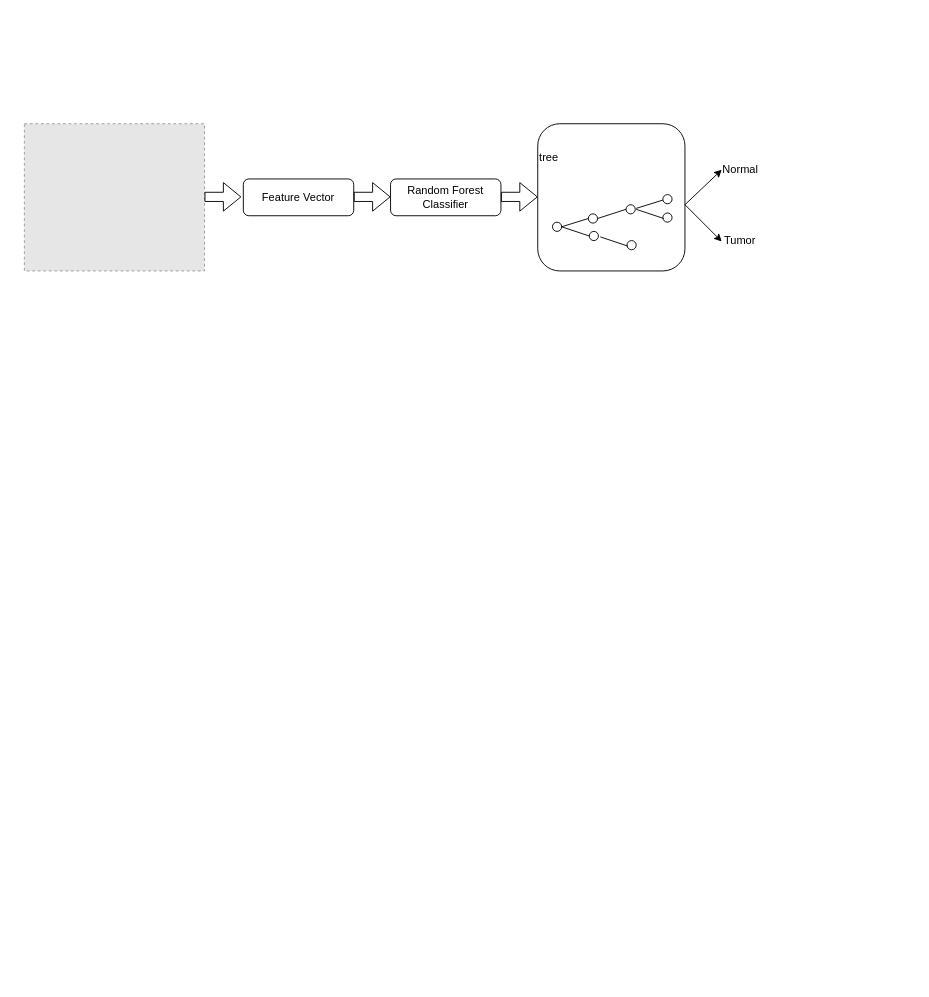
This is feature.drawio from jiaojiao-Chen/figure, a draw.io file, before an edit. Source tidied: cells renumbered, new cells numbered last; positions are measured from the earlier drawing's top-left corner, leaving out a move shared by most shapes. Both pictures are drawn from the tidied source at 92%, with x=0, y=0 at pixel (24, 123). Pictures stored in the file or linked from it are replaced by grey dashed boxes.
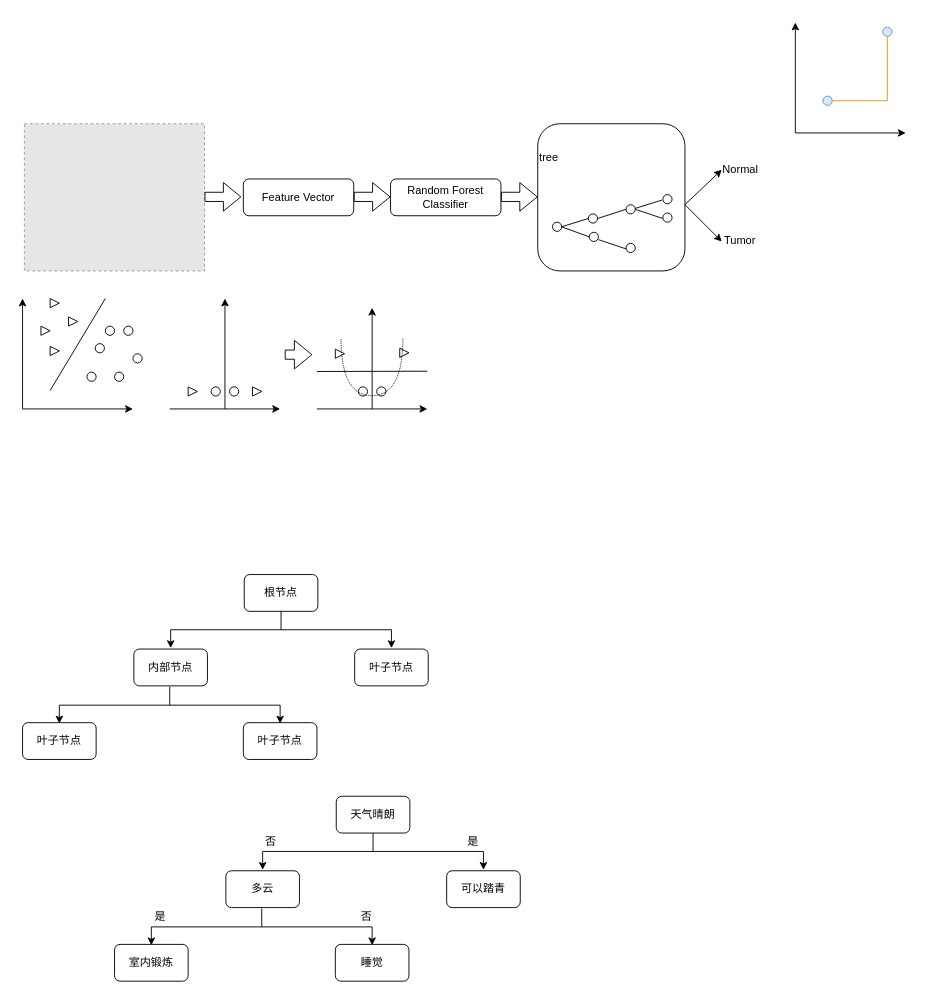
The same page after the edit.

What changed in the source:
```diff
@@
     <mxCell id="12" style="ellipse;whiteSpace=wrap;html=1;" parent="1" vertex="1">
-      <mxGeometry x="614" y="117" width="10" height="10" as="geometry" />
+      <mxGeometry x="614" y="118" width="10" height="10" as="geometry" />
     </mxCell>
     <mxCell id="13" style="ellipse;whiteSpace=wrap;html=1;" parent="1" vertex="1">
-      <mxGeometry x="655" y="127" width="10" height="10" as="geometry" />
+      <mxGeometry x="654" y="130" width="10" height="10" as="geometry" />
     </mxCell>
@@
     <mxCell id="18" style="endArrow=none;html=1;exitX=1;exitY=0.5;exitDx=0;exitDy=0;entryX=0;entryY=0.5;entryDx=0;entryDy=0;" parent="1" edge="1">
       <mxGeometry relative="1" as="geometry">
-        <mxPoint x="665" y="92" as="sourcePoint" />
-        <mxPoint x="694" y="83" as="targetPoint" />
+        <mxPoint x="664" y="92" as="sourcePoint" />
+        <mxPoint x="693" y="83" as="targetPoint" />
       </mxGeometry>
     </mxCell>
@@
     <mxCell id="20" style="endArrow=none;html=1;exitX=1;exitY=0.5;exitDx=0;exitDy=0;entryX=0;entryY=0.5;entryDx=0;entryDy=0;" parent="1" edge="1">
       <mxGeometry relative="1" as="geometry">
-        <mxPoint x="626" y="123" as="sourcePoint" />
-        <mxPoint x="656" y="133" as="targetPoint" />
+        <mxPoint x="624" y="126" as="sourcePoint" />
+        <mxPoint x="654" y="136" as="targetPoint" />
       </mxGeometry>
     </mxCell>
     <mxCell id="21" style="endArrow=none;html=1;exitX=1;exitY=0.5;exitDx=0;exitDy=0;entryX=0;entryY=0.5;entryDx=0;entryDy=0;" parent="1" edge="1">
       <mxGeometry relative="1" as="geometry">
-        <mxPoint x="665" y="93" as="sourcePoint" />
-        <mxPoint x="695" y="103" as="targetPoint" />
+        <mxPoint x="664" y="93" as="sourcePoint" />
+        <mxPoint x="694" y="103" as="targetPoint" />
       </mxGeometry>
     </mxCell>
@@
+    <mxCell id="26" style="endArrow=classic;html=1;" parent="1" edge="1">
+      <mxGeometry relative="1" as="geometry">
+        <mxPoint x="-2" y="310" as="sourcePoint" />
+        <mxPoint x="118" y="310" as="targetPoint" />
+      </mxGeometry>
+    </mxCell>
+    <mxCell id="27" style="endArrow=classic;html=1;" parent="1" edge="1">
+      <mxGeometry relative="1" as="geometry">
+        <mxPoint x="-2" y="310" as="sourcePoint" />
+        <mxPoint x="-2" y="190" as="targetPoint" />
+      </mxGeometry>
+    </mxCell>
+    <mxCell id="28" style="triangle;whiteSpace=wrap;html=1;" parent="1" vertex="1">
+      <mxGeometry x="18" y="220" width="10" height="10" as="geometry" />
+    </mxCell>
+    <mxCell id="29" style="triangle;whiteSpace=wrap;html=1;" parent="1" vertex="1">
+      <mxGeometry x="48" y="210" width="10" height="10" as="geometry" />
+    </mxCell>
+    <mxCell id="30" style="triangle;whiteSpace=wrap;html=1;" parent="1" vertex="1">
+      <mxGeometry x="28" y="242" width="10" height="10" as="geometry" />
+    </mxCell>
+    <mxCell id="31" style="triangle;whiteSpace=wrap;html=1;" parent="1" vertex="1">
+      <mxGeometry x="28" y="190" width="10" height="10" as="geometry" />
+    </mxCell>
+    <mxCell id="32" style="ellipse;whiteSpace=wrap;html=1;" parent="1" vertex="1">
+      <mxGeometry x="68" y="270" width="10" height="10" as="geometry" />
+    </mxCell>
+    <mxCell id="33" style="ellipse;whiteSpace=wrap;html=1;" parent="1" vertex="1">
+      <mxGeometry x="88" y="220" width="10" height="10" as="geometry" />
+    </mxCell>
+    <mxCell id="34" style="ellipse;whiteSpace=wrap;html=1;" parent="1" vertex="1">
+      <mxGeometry x="118" y="250" width="10" height="10" as="geometry" />
+    </mxCell>
+    <mxCell id="35" style="ellipse;whiteSpace=wrap;html=1;" parent="1" vertex="1">
+      <mxGeometry x="108" y="220" width="10" height="10" as="geometry" />
+    </mxCell>
+    <mxCell id="36" style="ellipse;whiteSpace=wrap;html=1;" parent="1" vertex="1">
+      <mxGeometry x="77" y="239" width="10" height="10" as="geometry" />
+    </mxCell>
+    <mxCell id="37" style="ellipse;whiteSpace=wrap;html=1;" parent="1" vertex="1">
+      <mxGeometry x="98" y="270" width="10" height="10" as="geometry" />
+    </mxCell>
+    <mxCell id="38" style="endArrow=none;html=1;" parent="1" edge="1">
+      <mxGeometry relative="1" as="geometry">
+        <mxPoint x="28" y="290" as="sourcePoint" />
+        <mxPoint x="88" y="190" as="targetPoint" />
+      </mxGeometry>
+    </mxCell>
+    <mxCell id="39" style="ellipse;whiteSpace=wrap;html=1;" parent="1" vertex="1">
+      <mxGeometry x="203" y="286" width="10" height="10" as="geometry" />
+    </mxCell>
+    <mxCell id="40" style="ellipse;whiteSpace=wrap;html=1;" parent="1" vertex="1">
+      <mxGeometry x="223" y="286" width="10" height="10" as="geometry" />
+    </mxCell>
+    <mxCell id="41" style="triangle;whiteSpace=wrap;html=1;" parent="1" vertex="1">
+      <mxGeometry x="178" y="286" width="10" height="10" as="geometry" />
+    </mxCell>
+    <mxCell id="42" style="triangle;whiteSpace=wrap;html=1;" parent="1" vertex="1">
+      <mxGeometry x="248" y="286" width="10" height="10" as="geometry" />
+    </mxCell>
+    <mxCell id="43" style="endArrow=classic;html=1;" parent="1" edge="1">
+      <mxGeometry relative="1" as="geometry">
+        <mxPoint x="158" y="310" as="sourcePoint" />
+        <mxPoint x="278" y="310" as="targetPoint" />
+      </mxGeometry>
+    </mxCell>
+    <mxCell id="44" style="endArrow=classic;html=1;" parent="1" edge="1">
+      <mxGeometry relative="1" as="geometry">
+        <mxPoint x="218" y="310" as="sourcePoint" />
+        <mxPoint x="218" y="190" as="targetPoint" />
+      </mxGeometry>
+    </mxCell>
+    <mxCell id="45" style="endArrow=classic;html=1;" parent="1" edge="1">
+      <mxGeometry relative="1" as="geometry">
+        <mxPoint x="318" y="310" as="sourcePoint" />
+        <mxPoint x="438" y="310" as="targetPoint" />
+      </mxGeometry>
+    </mxCell>
+    <mxCell id="46" style="endArrow=classic;html=1;" parent="1" edge="1">
+      <mxGeometry relative="1" as="geometry">
+        <mxPoint x="378" y="310" as="sourcePoint" />
+        <mxPoint x="378" y="200" as="targetPoint" />
+      </mxGeometry>
+    </mxCell>
+    <mxCell id="47" style="ellipse;whiteSpace=wrap;html=1;" parent="1" vertex="1">
+      <mxGeometry x="363" y="286" width="10" height="10" as="geometry" />
+    </mxCell>
+    <mxCell id="48" style="ellipse;whiteSpace=wrap;html=1;" parent="1" vertex="1">
+      <mxGeometry x="383" y="286" width="10" height="10" as="geometry" />
+    </mxCell>
+    <mxCell id="49" style="triangle;whiteSpace=wrap;html=1;" parent="1" vertex="1">
+      <mxGeometry x="338" y="245" width="10" height="10" as="geometry" />
+    </mxCell>
+    <mxCell id="50" style="triangle;whiteSpace=wrap;html=1;" parent="1" vertex="1">
+      <mxGeometry x="408" y="244" width="10" height="10" as="geometry" />
+    </mxCell>
+    <mxCell id="51" style="shape=flexArrow;endArrow=classic;html=1;" parent="1" edge="1">
+      <mxGeometry relative="1" as="geometry">
+        <mxPoint x="283" y="251" as="sourcePoint" />
+        <mxPoint x="313" y="251" as="targetPoint" />
+      </mxGeometry>
+    </mxCell>
+    <mxCell id="52" style="shape=requiredInterface;html=1;verticalLabelPosition=bottom;rotation=90;dashed=1;dashPattern=1 1;" parent="1" vertex="1">
+      <mxGeometry x="346.8" y="230.9" width="62" height="67.2" as="geometry" />
+    </mxCell>
+    <mxCell id="53" style="endArrow=none;html=1;rounded=0;" parent="1" edge="1">
+      <mxGeometry relative="1" as="geometry">
+        <mxPoint x="318" y="269.3" as="sourcePoint" />
+        <mxPoint x="438" y="269" as="targetPoint" />
+      </mxGeometry>
+    </mxCell>
+    <mxCell id="54" value="根节点" style="rounded=1;whiteSpace=wrap;html=1;" parent="1" vertex="1">
+      <mxGeometry x="239" y="490" width="80" height="40" as="geometry" />
+    </mxCell>
+    <mxCell id="55" style="endArrow=none;html=1;" parent="1" edge="1">
+      <mxGeometry relative="1" as="geometry">
+        <mxPoint x="159" y="550" as="sourcePoint" />
+        <mxPoint x="399" y="550" as="targetPoint" />
+      </mxGeometry>
+    </mxCell>
+    <mxCell id="56" style="endArrow=none;html=1;entryX=0.5;entryY=1;entryDx=0;entryDy=0;" parent="1" edge="1" target="54">
+      <mxGeometry relative="1" as="geometry">
+        <mxPoint x="279" y="550" as="sourcePoint" />
+      </mxGeometry>
+    </mxCell>
+    <mxCell id="57" style="endArrow=classic;html=1;" parent="1" edge="1">
+      <mxGeometry relative="1" as="geometry">
+        <mxPoint x="159" y="550" as="sourcePoint" />
+        <mxPoint x="159" y="570" as="targetPoint" />
+      </mxGeometry>
+    </mxCell>
+    <mxCell id="58" style="endArrow=classic;html=1;" parent="1" edge="1">
+      <mxGeometry relative="1" as="geometry">
+        <mxPoint x="399" y="550" as="sourcePoint" />
+        <mxPoint x="399" y="570" as="targetPoint" />
+      </mxGeometry>
+    </mxCell>
+    <mxCell id="59" value="内部节点" style="rounded=1;whiteSpace=wrap;html=1;" parent="1" vertex="1">
+      <mxGeometry x="119" y="571" width="80" height="40" as="geometry" />
+    </mxCell>
+    <mxCell id="60" value="叶子节点" style="rounded=1;whiteSpace=wrap;html=1;" parent="1" vertex="1">
+      <mxGeometry x="359" y="571" width="80" height="40" as="geometry" />
+    </mxCell>
+    <mxCell id="61" style="endArrow=none;html=1;" parent="1" edge="1">
+      <mxGeometry relative="1" as="geometry">
+        <mxPoint x="38" y="632" as="sourcePoint" />
+        <mxPoint x="278" y="632" as="targetPoint" />
+      </mxGeometry>
+    </mxCell>
+    <mxCell id="62" style="endArrow=none;html=1;entryX=0.5;entryY=1;entryDx=0;entryDy=0;" parent="1" edge="1">
+      <mxGeometry relative="1" as="geometry">
+        <mxPoint x="158" y="632" as="sourcePoint" />
+        <mxPoint x="158" y="612" as="targetPoint" />
+      </mxGeometry>
+    </mxCell>
+    <mxCell id="63" style="endArrow=classic;html=1;" parent="1" edge="1">
+      <mxGeometry relative="1" as="geometry">
+        <mxPoint x="38" y="632" as="sourcePoint" />
+        <mxPoint x="38" y="652" as="targetPoint" />
+      </mxGeometry>
+    </mxCell>
+    <mxCell id="64" style="endArrow=classic;html=1;" parent="1" edge="1">
+      <mxGeometry relative="1" as="geometry">
+        <mxPoint x="278" y="632" as="sourcePoint" />
+        <mxPoint x="278" y="652" as="targetPoint" />
+      </mxGeometry>
+    </mxCell>
+    <mxCell id="65" value="叶子节点" style="rounded=1;whiteSpace=wrap;html=1;" parent="1" vertex="1">
+      <mxGeometry x="-2" y="651" width="80" height="40" as="geometry" />
+    </mxCell>
+    <mxCell id="66" value="叶子节点" style="rounded=1;whiteSpace=wrap;html=1;" parent="1" vertex="1">
+      <mxGeometry x="238" y="651" width="80" height="40" as="geometry" />
+    </mxCell>
+    <mxCell id="67" value="天气晴朗" style="rounded=1;whiteSpace=wrap;html=1;" parent="1" vertex="1">
+      <mxGeometry x="339" y="731" width="80" height="40" as="geometry" />
+    </mxCell>
+    <mxCell id="68" style="endArrow=none;html=1;" parent="1" edge="1">
+      <mxGeometry relative="1" as="geometry">
+        <mxPoint x="259" y="791" as="sourcePoint" />
+        <mxPoint x="499" y="791" as="targetPoint" />
+      </mxGeometry>
+    </mxCell>
+    <mxCell id="69" style="endArrow=none;html=1;entryX=0.5;entryY=1;entryDx=0;entryDy=0;" parent="1" edge="1" target="67">
+      <mxGeometry relative="1" as="geometry">
+        <mxPoint x="379" y="791" as="sourcePoint" />
+      </mxGeometry>
+    </mxCell>
+    <mxCell id="70" style="endArrow=classic;html=1;" parent="1" edge="1">
+      <mxGeometry relative="1" as="geometry">
+        <mxPoint x="259" y="791" as="sourcePoint" />
+        <mxPoint x="259" y="811" as="targetPoint" />
+      </mxGeometry>
+    </mxCell>
+    <mxCell id="71" style="endArrow=classic;html=1;" parent="1" edge="1">
+      <mxGeometry relative="1" as="geometry">
+        <mxPoint x="499" y="791" as="sourcePoint" />
+        <mxPoint x="499" y="811" as="targetPoint" />
+      </mxGeometry>
+    </mxCell>
+    <mxCell id="72" value="多云" style="rounded=1;whiteSpace=wrap;html=1;" parent="1" vertex="1">
+      <mxGeometry x="219" y="812" width="80" height="40" as="geometry" />
+    </mxCell>
+    <mxCell id="73" value="可以踏青" style="rounded=1;whiteSpace=wrap;html=1;" parent="1" vertex="1">
+      <mxGeometry x="459" y="812" width="80" height="40" as="geometry" />
+    </mxCell>
+    <mxCell id="74" style="endArrow=none;html=1;" parent="1" edge="1">
+      <mxGeometry relative="1" as="geometry">
+        <mxPoint x="138" y="873" as="sourcePoint" />
+        <mxPoint x="378" y="873" as="targetPoint" />
+      </mxGeometry>
+    </mxCell>
+    <mxCell id="75" style="endArrow=none;html=1;entryX=0.5;entryY=1;entryDx=0;entryDy=0;" parent="1" edge="1">
+      <mxGeometry relative="1" as="geometry">
+        <mxPoint x="258" y="873" as="sourcePoint" />
+        <mxPoint x="258" y="853" as="targetPoint" />
+      </mxGeometry>
+    </mxCell>
+    <mxCell id="76" style="endArrow=classic;html=1;" parent="1" edge="1">
+      <mxGeometry relative="1" as="geometry">
+        <mxPoint x="138" y="873" as="sourcePoint" />
+        <mxPoint x="138" y="893" as="targetPoint" />
+      </mxGeometry>
+    </mxCell>
+    <mxCell id="77" style="endArrow=classic;html=1;" parent="1" edge="1">
+      <mxGeometry relative="1" as="geometry">
+        <mxPoint x="378" y="873" as="sourcePoint" />
+        <mxPoint x="378" y="893" as="targetPoint" />
+      </mxGeometry>
+    </mxCell>
+    <mxCell id="78" value="室内锻炼" style="rounded=1;whiteSpace=wrap;html=1;" parent="1" vertex="1">
+      <mxGeometry x="98" y="892" width="80" height="40" as="geometry" />
+    </mxCell>
+    <mxCell id="79" value="睡觉" style="rounded=1;whiteSpace=wrap;html=1;" parent="1" vertex="1">
+      <mxGeometry x="338" y="892" width="80" height="40" as="geometry" />
+    </mxCell>
+    <mxCell id="80" value="否" style="text;html=1;strokeColor=none;fillColor=none;align=center;verticalAlign=middle;whiteSpace=wrap;rounded=0;" parent="1" vertex="1">
+      <mxGeometry x="248" y="771" width="40" height="20" as="geometry" />
+    </mxCell>
+    <mxCell id="81" value="是" style="text;html=1;strokeColor=none;fillColor=none;align=center;verticalAlign=middle;whiteSpace=wrap;rounded=0;" parent="1" vertex="1">
+      <mxGeometry x="468" y="771" width="40" height="20" as="geometry" />
+    </mxCell>
+    <mxCell id="82" value="是" style="text;html=1;strokeColor=none;fillColor=none;align=center;verticalAlign=middle;whiteSpace=wrap;rounded=0;" parent="1" vertex="1">
+      <mxGeometry x="128" y="852" width="40" height="20" as="geometry" />
+    </mxCell>
+    <mxCell id="83" value="否" style="text;html=1;strokeColor=none;fillColor=none;align=center;verticalAlign=middle;whiteSpace=wrap;rounded=0;" parent="1" vertex="1">
+      <mxGeometry x="352" y="852" width="40" height="20" as="geometry" />
+    </mxCell>
+    <mxCell id="84" style="endArrow=classic;html=1;" parent="1" edge="1">
+      <mxGeometry relative="1" as="geometry">
+        <mxPoint x="838" y="10" as="sourcePoint" />
+        <mxPoint x="958" y="10" as="targetPoint" />
+      </mxGeometry>
+    </mxCell>
+    <mxCell id="85" style="endArrow=classic;html=1;" parent="1" edge="1">
+      <mxGeometry relative="1" as="geometry">
+        <mxPoint x="838" y="10" as="sourcePoint" />
+        <mxPoint x="838" y="-110" as="targetPoint" />
+      </mxGeometry>
+    </mxCell>
+    <mxCell id="86" style="ellipse;whiteSpace=wrap;html=1;fillColor=#dae8fc;strokeColor=#6c8ebf;" parent="1" vertex="1">
+      <mxGeometry x="868" y="-30" width="10" height="10" as="geometry" />
+    </mxCell>
+    <mxCell id="87" style="ellipse;whiteSpace=wrap;html=1;fillColor=#dae8fc;strokeColor=#6c8ebf;" parent="1" vertex="1">
+      <mxGeometry x="933" y="-105" width="10" height="10" as="geometry" />
+    </mxCell>
+    <mxCell id="88" style="endArrow=none;html=1;exitX=1;exitY=0.5;exitDx=0;exitDy=0;fillColor=#ffe6cc;strokeColor=#d79b00;" parent="1" edge="1" source="86">
+      <mxGeometry relative="1" as="geometry">
+        <mxPoint x="938" y="-25" as="targetPoint" />
+      </mxGeometry>
+    </mxCell>
+    <mxCell id="89" style="endArrow=none;html=1;entryX=0.5;entryY=1;entryDx=0;entryDy=0;fillColor=#ffe6cc;strokeColor=#d79b00;" parent="1" edge="1" target="87">
+      <mxGeometry relative="1" as="geometry">
+        <mxPoint x="938" y="-25" as="sourcePoint" />
+      </mxGeometry>
+    </mxCell>
```
